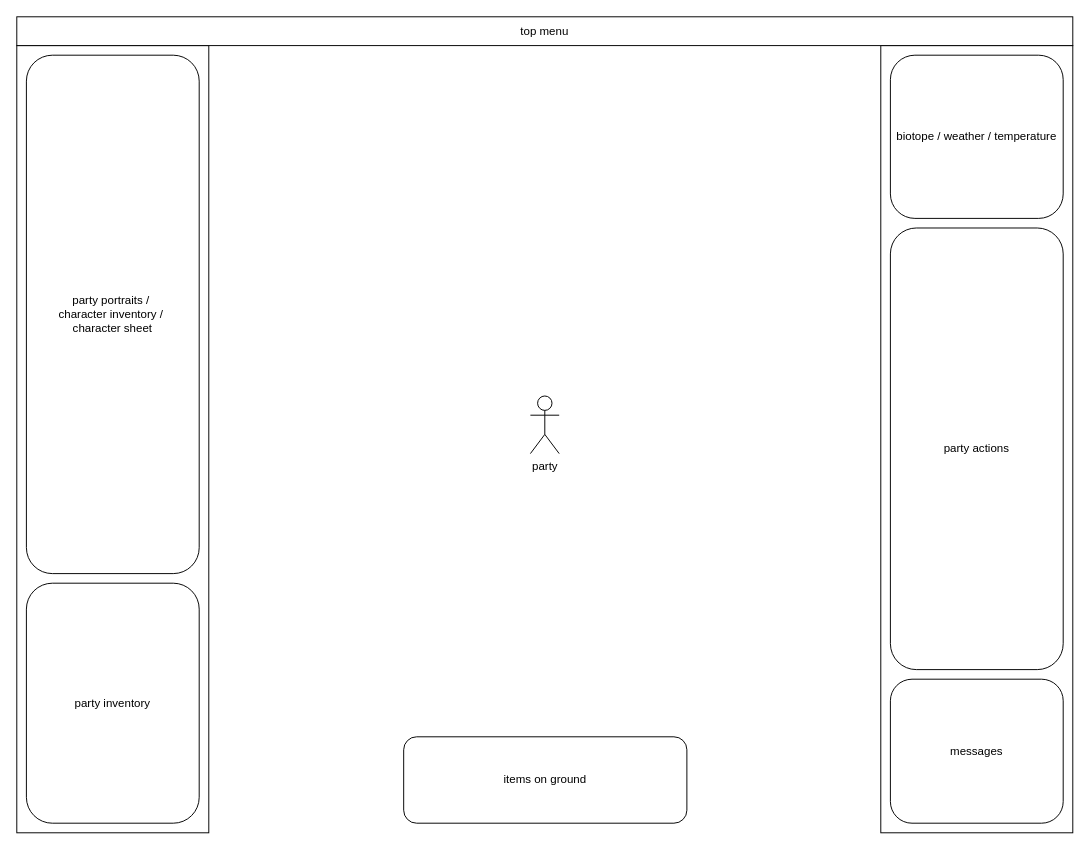
The draw.io diagram doc/UI.drawio in lotcz/heroes, before the edit. Source tidied: cells renumbered, new cells numbered last; positions are measured from the earlier drawing's top-left corner, leaving out a move shared by most shapes. Both pictures are drawn from the tidied source at 96%, with x=0, y=0 at pixel (16, 16).
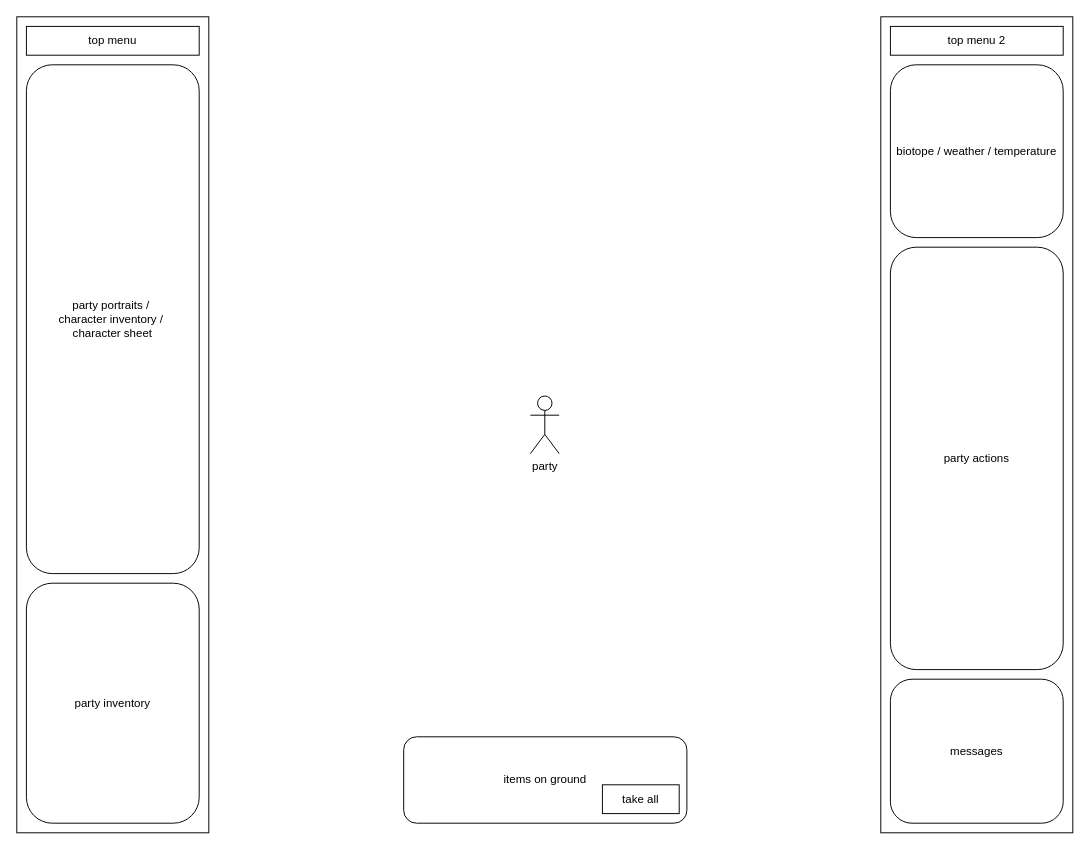
The same page after the edit.

The edit, as a diff of the source:
```diff
@@
 <mxGraphModel>
   <root>
     <mxCell id="0" />
     <mxCell id="1" parent="0" />
     <mxCell id="2" style="rounded=0;whiteSpace=wrap;html=1;" parent="1" vertex="1">
-      <mxGeometry x="900" y="30" width="200" height="820" as="geometry" />
+      <mxGeometry x="900" width="200" height="850" as="geometry" />
     </mxCell>
     <mxCell id="3" style="rounded=0;whiteSpace=wrap;html=1;" parent="1" vertex="1">
-      <mxGeometry y="30" width="200" height="820" as="geometry" />
+      <mxGeometry width="200" height="850" as="geometry" />
     </mxCell>
     <mxCell id="4" value="biotope / weather / temperature" style="rounded=1;whiteSpace=wrap;html=1;" parent="1" vertex="1">
-      <mxGeometry x="910" y="40" width="180" height="170" as="geometry" />
+      <mxGeometry x="910" y="50" width="180" height="180" as="geometry" />
     </mxCell>
     <mxCell id="5" value="messages" style="rounded=1;whiteSpace=wrap;html=1;" parent="1" vertex="1">
       <mxGeometry x="910" y="690" width="180" height="150" as="geometry" />
     </mxCell>
     <mxCell id="6" value="party inventory" style="rounded=1;whiteSpace=wrap;html=1;" parent="1" vertex="1">
       <mxGeometry x="10" y="590" width="180" height="250" as="geometry" />
     </mxCell>
     <mxCell id="7" value="top menu" style="rounded=0;whiteSpace=wrap;html=1;" parent="1" vertex="1">
-      <mxGeometry width="1100" height="30" as="geometry" />
+      <mxGeometry x="10" y="10" width="180" height="30" as="geometry" />
     </mxCell>
     <mxCell id="8" value="party portraits /&amp;nbsp;&lt;div&gt;character inventory /&amp;nbsp;&lt;/div&gt;&lt;div&gt;character sheet&lt;/div&gt;" style="rounded=1;whiteSpace=wrap;html=1;" parent="1" vertex="1">
-      <mxGeometry x="10" y="40" width="180" height="540" as="geometry" />
+      <mxGeometry x="10" y="50" width="180" height="530" as="geometry" />
     </mxCell>
     <mxCell id="9" value="party" style="shape=umlActor;verticalLabelPosition=bottom;verticalAlign=top;html=1;" parent="1" vertex="1">
       <mxGeometry x="535" y="395" width="30" height="60" as="geometry" />
     </mxCell>
     <mxCell id="10" value="items on ground" style="rounded=1;whiteSpace=wrap;html=1;" parent="1" vertex="1">
       <mxGeometry x="403" y="750" width="295" height="90" as="geometry" />
     </mxCell>
     <mxCell id="11" value="party actions" style="rounded=1;whiteSpace=wrap;html=1;" parent="1" vertex="1">
-      <mxGeometry x="910" y="220" width="180" height="460" as="geometry" />
+      <mxGeometry x="910" y="240" width="180" height="440" as="geometry" />
     </mxCell>
+    <mxCell id="12" value="top menu 2" style="rounded=0;whiteSpace=wrap;html=1;" parent="1" vertex="1">
+      <mxGeometry x="910" y="10" width="180" height="30" as="geometry" />
+    </mxCell>
+    <mxCell id="13" value="take all" style="rounded=0;whiteSpace=wrap;html=1;" parent="1" vertex="1">
+      <mxGeometry x="610" y="800" width="80" height="30" as="geometry" />
+    </mxCell>
   </root>
 </mxGraphModel>
```
